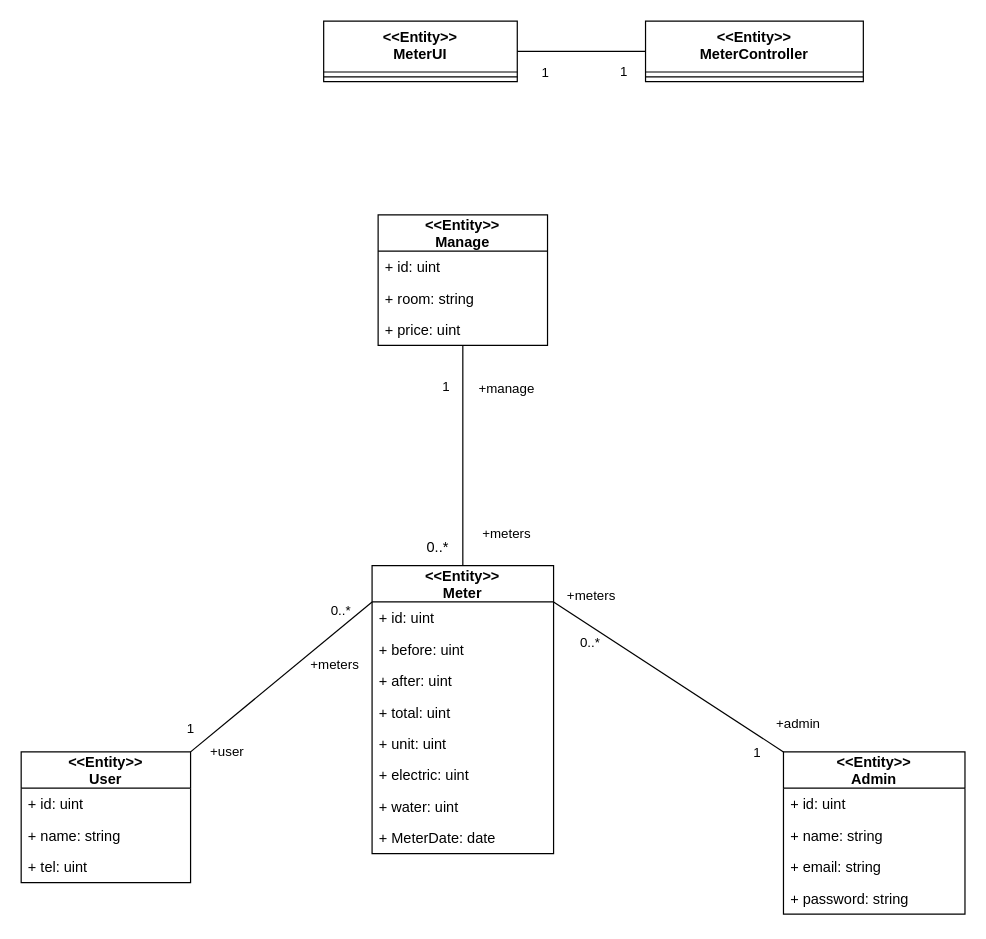
Before: page "Classmeter" (7 of 21) of SE.drawio in nunpromporn/SE, a draw.io diagram. Source tidied: cells renumbered, new cells numbered last; positions are measured from the earlier drawing's top-left corner, leaving out a move shared by most shapes. Both pictures are drawn from the tidied source at 121%, with x=0, y=0 at pixel (21, 21).
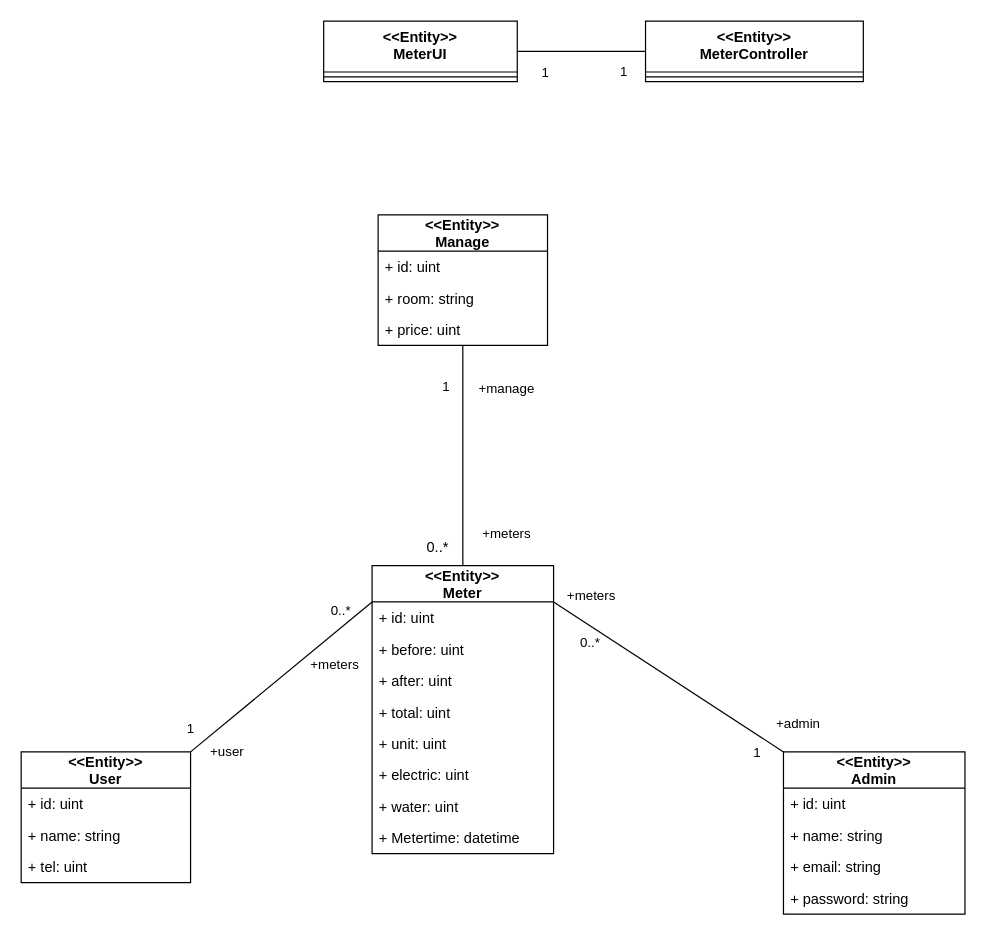
The same page after the edit.

The change refers to these unchanged cells:
```xml
<mxCell id="10" value="&lt;&lt;Entity&gt;&gt;&#10;Meter" style="swimlane;fontStyle=1;horizontal=1;startSize=30;fillColor=none;" parent="1" vertex="1">
  <mxGeometry x="290" y="450" width="150" height="238" as="geometry" />
</mxCell>
```

Change to the diagram source:
```diff
@@
-    <mxCell id="18" value="+ MeterDate: date" style="text;strokeColor=none;fillColor=none;align=left;verticalAlign=top;spacingLeft=4;spacingRight=4;overflow=hidden;" parent="10" vertex="1">
+    <mxCell id="18" value="+ Metertime: datetime" style="text;strokeColor=none;fillColor=none;align=left;verticalAlign=top;spacingLeft=4;spacingRight=4;overflow=hidden;" parent="10" vertex="1">
       <mxGeometry y="212" width="150" height="26" as="geometry" />
     </mxCell>
```
